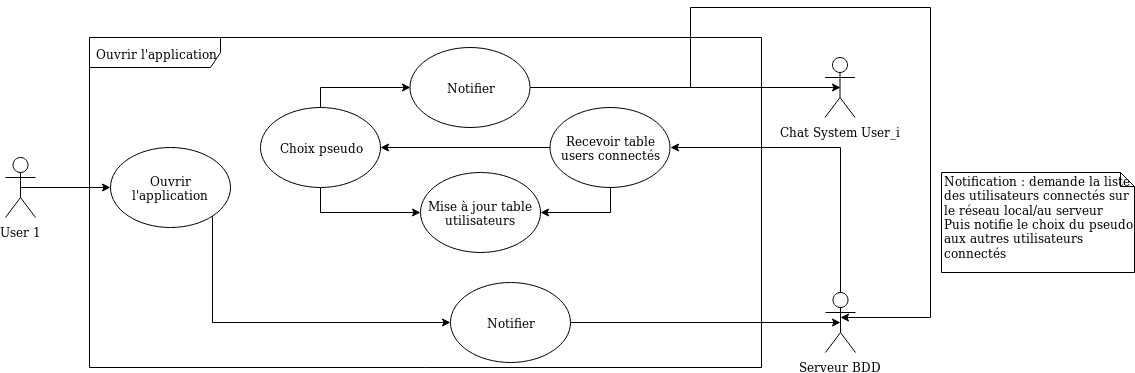
Above: Conception/Images/UseCaseOuvertureApp.png in rizziemma/ChatSystem (draw.io), before the change. Source tidied: cells renumbered, new cells last; positions are measured from the earlier drawing's top-left corner, leaving out a move shared by most shapes.
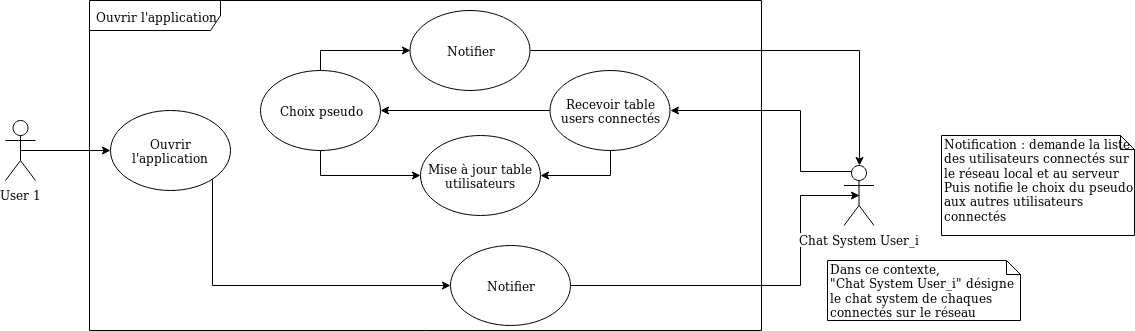
Above is the later version.

Commit message:
modification du use case d'ouverture de l'aplication pour itegraption du comportement du serveur vis a vis de la liste des utilisateurs

The edit, as a diff of the source:
```diff
@@ -18,80 +18,75 @@
     <mxCell id="5" value="Notifier" style="ellipse;whiteSpace=wrap;html=1;" parent="1" vertex="1">
       <mxGeometry x="445" y="275" width="120" height="80" as="geometry" />
     </mxCell>
-    <mxCell id="6" style="endArrow=classic;html=1;exitX=0.5;exitY=0.5;exitDx=0;exitDy=0;exitPerimeter=0;" parent="1" edge="1" source="10" target="4">
+    <mxCell id="6" style="endArrow=classic;html=1;exitX=0.5;exitY=0.5;exitDx=0;exitDy=0;exitPerimeter=0;" parent="1" edge="1" source="9" target="4">
       <mxGeometry relative="1" as="geometry" />
     </mxCell>
-    <mxCell id="7" style="endArrow=classic;html=1;exitX=1;exitY=0.5;exitDx=0;exitDy=0;entryX=0.5;entryY=0.5;entryDx=0;entryDy=0;entryPerimeter=0;" parent="1" edge="1" source="5" target="9">
-      <mxGeometry relative="1" as="geometry" />
+    <mxCell id="7" style="endArrow=classic;html=1;exitX=1;exitY=0.5;exitDx=0;exitDy=0;edgeStyle=orthogonalEdgeStyle;rounded=0;entryX=0.5;entryY=0.5;entryDx=0;entryDy=0;entryPerimeter=0;" parent="1" edge="1" source="5" target="18">
+      <mxGeometry relative="1" as="geometry">
+        <Array as="points">
+          <mxPoint x="795" y="315" />
+          <mxPoint x="795" y="225" />
+        </Array>
+      </mxGeometry>
     </mxCell>
-    <mxCell id="8" style="edgeStyle=orthogonalEdgeStyle;rounded=0;jettySize=auto;html=1;exitX=0.5;exitY=0.5;exitDx=0;exitDy=0;exitPerimeter=0;entryX=1;entryY=0.5;entryDx=0;entryDy=0;endArrow=classic;endFill=1;" parent="1" edge="1" source="9" target="18">
+    <mxCell id="8" style="edgeStyle=orthogonalEdgeStyle;rounded=0;jettySize=auto;html=1;entryX=1;entryY=0.5;entryDx=0;entryDy=0;endArrow=classic;endFill=1;exitX=0.25;exitY=0.1;exitDx=0;exitDy=0;exitPerimeter=0;" parent="1" edge="1" source="18" target="17">
       <mxGeometry relative="1" as="geometry">
         <Array as="points">
-          <mxPoint x="835" y="140" />
+          <mxPoint x="795" y="201" />
+          <mxPoint x="795" y="140" />
         </Array>
       </mxGeometry>
     </mxCell>
-    <mxCell id="9" value="Serveur BDD" style="shape=umlActor;verticalLabelPosition=bottom;labelBackgroundColor=#ffffff;verticalAlign=top;html=1;outlineConnect=0;" parent="1" vertex="1">
-      <mxGeometry x="820" y="285" width="30" height="60" as="geometry" />
+    <mxCell id="9" value="User 1" style="shape=umlActor;verticalLabelPosition=bottom;labelBackgroundColor=#ffffff;verticalAlign=top;html=1;outlineConnect=0;" parent="1" vertex="1">
+      <mxGeometry y="150" width="30" height="60" as="geometry" />
     </mxCell>
-    <mxCell id="10" value="User 1" style="shape=umlActor;verticalLabelPosition=bottom;labelBackgroundColor=#ffffff;verticalAlign=top;html=1;outlineConnect=0;" parent="1" vertex="1">
-      <mxGeometry y="150" width="30" height="60" as="geometry" />
+    <mxCell id="10" value="&lt;div&gt;Notification : demande la liste des utilisateurs connectés sur le réseau local et au serveur&lt;br&gt;&lt;/div&gt;&lt;div&gt;Puis notifie le choix du pseudo aux autres utilisateurs connectés&lt;br&gt;&lt;/div&gt;&lt;div&gt;&lt;br&gt;&lt;/div&gt;" style="shape=note;whiteSpace=wrap;html=1;size=14;verticalAlign=top;align=left;spacingTop=-6;" parent="1" vertex="1">
+      <mxGeometry x="936" y="165" width="193" height="100" as="geometry" />
     </mxCell>
-    <mxCell id="11" value="&lt;div&gt;Notification : demande la liste des utilisateurs connectés sur le réseau local/au serveur&lt;br&gt;&lt;/div&gt;&lt;div&gt;Puis notifie le choix du pseudo aux autres utilisateurs connectés&lt;br&gt;&lt;/div&gt;" style="shape=note;whiteSpace=wrap;html=1;size=14;verticalAlign=top;align=left;spacingTop=-6;" parent="1" vertex="1">
-      <mxGeometry x="936" y="165" width="193" height="100" as="geometry" />
+    <mxCell id="11" value="Mise à jour table utilisateurs" style="ellipse;whiteSpace=wrap;html=1;" parent="1" vertex="1">
+      <mxGeometry x="415" y="165" width="120" height="80" as="geometry" />
     </mxCell>
-    <mxCell id="12" value="Mise à jour table utilisateurs" style="ellipse;whiteSpace=wrap;html=1;" parent="1" vertex="1">
-      <mxGeometry x="415" y="165" width="120" height="80" as="geometry" />
+    <mxCell id="12" style="edgeStyle=orthogonalEdgeStyle;rounded=0;jettySize=auto;html=1;entryX=0;entryY=0.5;entryDx=0;entryDy=0;endArrow=classic;endFill=1;exitX=0.5;exitY=1;exitDx=0;exitDy=0;" parent="1" edge="1" source="14" target="11">
+      <mxGeometry relative="1" as="geometry" />
     </mxCell>
-    <mxCell id="13" style="edgeStyle=orthogonalEdgeStyle;rounded=0;jettySize=auto;html=1;entryX=0;entryY=0.5;entryDx=0;entryDy=0;endArrow=classic;endFill=1;exitX=0.5;exitY=1;exitDx=0;exitDy=0;" parent="1" edge="1" source="15" target="12">
-      <mxGeometry relative="1" as="geometry" />
+    <mxCell id="13" style="edgeStyle=orthogonalEdgeStyle;rounded=0;jettySize=auto;html=1;exitX=0.5;exitY=0;exitDx=0;exitDy=0;entryX=0;entryY=0.5;entryDx=0;entryDy=0;" parent="1" edge="1" source="14" target="20">
+      <mxGeometry relative="1" as="geometry">
+        <Array as="points">
+          <mxPoint x="315" y="80" />
+        </Array>
+      </mxGeometry>
     </mxCell>
-    <mxCell id="14" style="edgeStyle=orthogonalEdgeStyle;rounded=0;jettySize=auto;html=1;exitX=0.5;exitY=0;exitDx=0;exitDy=0;entryX=0;entryY=0.5;entryDx=0;entryDy=0;" parent="1" edge="1" source="15" target="22">
-      <mxGeometry relative="1" as="geometry">
-        <Array as="points">
-          <mxPoint x="315" y="80" />
-        </Array>
-      </mxGeometry>
+    <mxCell id="14" value="Choix pseudo" style="ellipse;whiteSpace=wrap;html=1;" parent="1" vertex="1">
+      <mxGeometry x="255" y="100" width="120" height="80" as="geometry" />
     </mxCell>
-    <mxCell id="15" value="Choix pseudo" style="ellipse;whiteSpace=wrap;html=1;" parent="1" vertex="1">
-      <mxGeometry x="255" y="100" width="120" height="80" as="geometry" />
+    <mxCell id="15" style="edgeStyle=orthogonalEdgeStyle;rounded=0;jettySize=auto;html=1;exitX=0;exitY=0.5;exitDx=0;exitDy=0;entryX=1;entryY=0.5;entryDx=0;entryDy=0;endArrow=classic;endFill=1;" parent="1" edge="1" source="17" target="14">
+      <mxGeometry relative="1" as="geometry" />
     </mxCell>
-    <mxCell id="16" style="edgeStyle=orthogonalEdgeStyle;rounded=0;jettySize=auto;html=1;exitX=0;exitY=0.5;exitDx=0;exitDy=0;entryX=1;entryY=0.5;entryDx=0;entryDy=0;endArrow=classic;endFill=1;" parent="1" edge="1" source="18" target="15">
-      <mxGeometry relative="1" as="geometry" />
+    <mxCell id="16" style="edgeStyle=orthogonalEdgeStyle;rounded=0;jettySize=auto;html=1;exitX=0.5;exitY=1;exitDx=0;exitDy=0;entryX=1;entryY=0.5;entryDx=0;entryDy=0;endArrow=classic;endFill=1;" parent="1" edge="1" source="17" target="11">
+      <mxGeometry relative="1" as="geometry">
+        <Array as="points">
+          <mxPoint x="605" y="205" />
+        </Array>
+      </mxGeometry>
     </mxCell>
-    <mxCell id="17" style="edgeStyle=orthogonalEdgeStyle;rounded=0;jettySize=auto;html=1;exitX=0.5;exitY=1;exitDx=0;exitDy=0;entryX=1;entryY=0.5;entryDx=0;entryDy=0;endArrow=classic;endFill=1;" parent="1" edge="1" source="18" target="12">
-      <mxGeometry relative="1" as="geometry">
-        <Array as="points">
-          <mxPoint x="605" y="205" />
-        </Array>
-      </mxGeometry>
+    <mxCell id="17" value="Recevoir table users connectés" style="ellipse;whiteSpace=wrap;html=1;" parent="1" vertex="1">
+      <mxGeometry x="544.5" y="100" width="120" height="80" as="geometry" />
     </mxCell>
-    <mxCell id="18" value="Recevoir table users connectés" style="ellipse;whiteSpace=wrap;html=1;" parent="1" vertex="1">
-      <mxGeometry x="544.5" y="100" width="120" height="80" as="geometry" />
+    <mxCell id="18" value="Chat System User_i" style="shape=umlActor;verticalLabelPosition=bottom;labelBackgroundColor=#ffffff;verticalAlign=top;html=1;outlineConnect=0;" parent="1" vertex="1">
+      <mxGeometry x="838.5" y="195" width="30" height="60" as="geometry" />
     </mxCell>
-    <mxCell id="19" value="Chat System User_i" style="shape=umlActor;verticalLabelPosition=bottom;labelBackgroundColor=#ffffff;verticalAlign=top;html=1;outlineConnect=0;" parent="1" vertex="1">
-      <mxGeometry x="819.5" y="50" width="30" height="60" as="geometry" />
+    <mxCell id="19" style="edgeStyle=orthogonalEdgeStyle;rounded=0;jettySize=auto;html=1;exitX=1;exitY=0.5;exitDx=0;exitDy=0;entryX=0.5;entryY=0;entryDx=0;entryDy=0;entryPerimeter=0;" parent="1" edge="1" source="20" target="18">
+      <mxGeometry relative="1" as="geometry">
+        <Array as="points">
+          <mxPoint x="854" y="80" />
+        </Array>
+      </mxGeometry>
     </mxCell>
-    <mxCell id="20" style="edgeStyle=orthogonalEdgeStyle;rounded=0;jettySize=auto;html=1;exitX=1;exitY=0.5;exitDx=0;exitDy=0;entryX=0.5;entryY=0.5;entryDx=0;entryDy=0;entryPerimeter=0;" parent="1" edge="1" source="22" target="19">
-      <mxGeometry relative="1" as="geometry">
-        <Array as="points">
-          <mxPoint x="835" y="80" />
-        </Array>
-      </mxGeometry>
+    <mxCell id="20" value="Notifier" style="ellipse;whiteSpace=wrap;html=1;" parent="1" vertex="1">
+      <mxGeometry x="404.5" y="40" width="120" height="80" as="geometry" />
     </mxCell>
-    <mxCell id="21" style="edgeStyle=orthogonalEdgeStyle;rounded=0;jettySize=auto;html=1;exitX=1;exitY=0.5;exitDx=0;exitDy=0;" parent="1" edge="1" source="22">
-      <mxGeometry relative="1" as="geometry">
-        <mxPoint x="835" y="310" as="targetPoint" />
-        <Array as="points">
-          <mxPoint x="685" y="80" />
-          <mxPoint x="685" />
-          <mxPoint x="925" />
-          <mxPoint x="925" y="310" />
-        </Array>
-      </mxGeometry>
+    <mxCell id="21" value="Dans ce contexte,&lt;br&gt;&quot;Chat System User_i&quot; désigne le chat system de chaques connectés sur le réseau " style="shape=note;whiteSpace=wrap;html=1;size=14;verticalAlign=top;align=left;spacingTop=-6;" parent="1" vertex="1">
+      <mxGeometry x="822" y="290" width="193" height="60" as="geometry" />
     </mxCell>
-    <mxCell id="22" value="Notifier" style="ellipse;whiteSpace=wrap;html=1;" parent="1" vertex="1">
-      <mxGeometry x="404.5" y="40" width="120" height="80" as="geometry" />
-    </mxCell>
   </root>
 </mxGraphModel>
```
